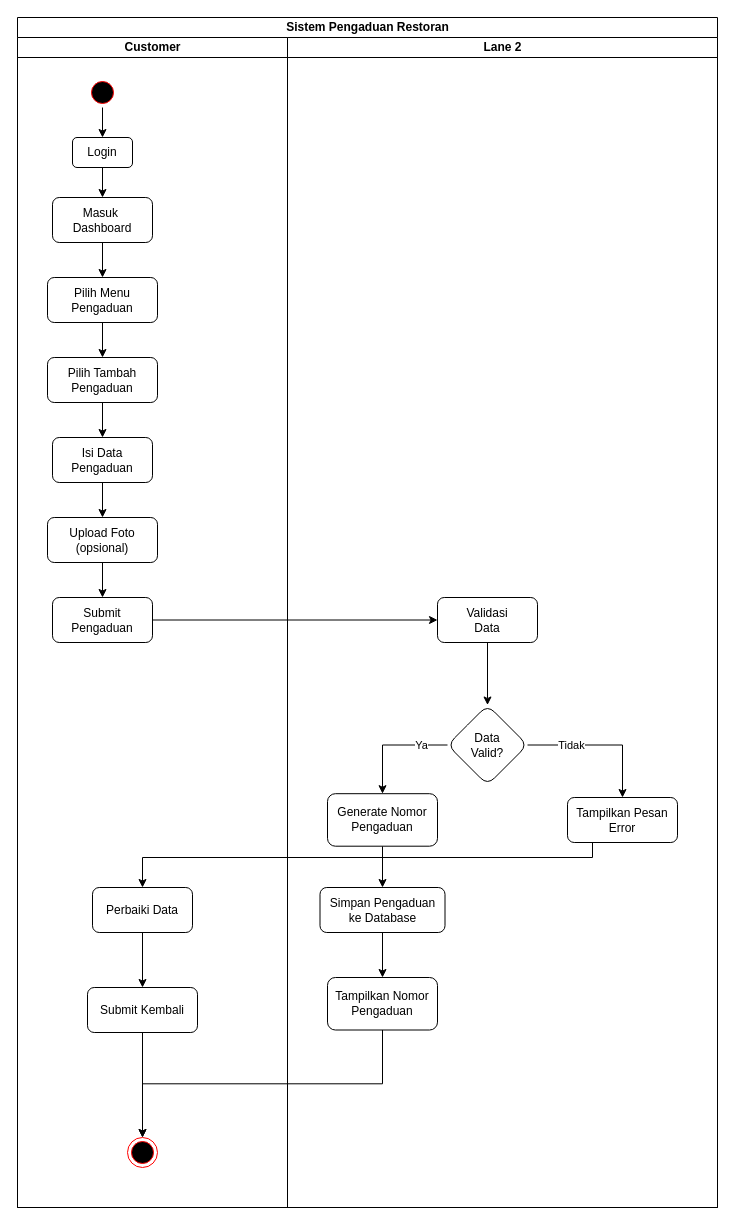
Above: design/activity_pengaduan.drawio in Erlanggaperdana-site/UKKP2_Erlangga (draw.io), before the change. Source tidied: cells renumbered, new cells numbered last; positions are measured from the earlier drawing's top-left corner, leaving out a move shared by most shapes. Both pictures are drawn from the tidied source at 100%, with x=0, y=0 at pixel (17, 17).
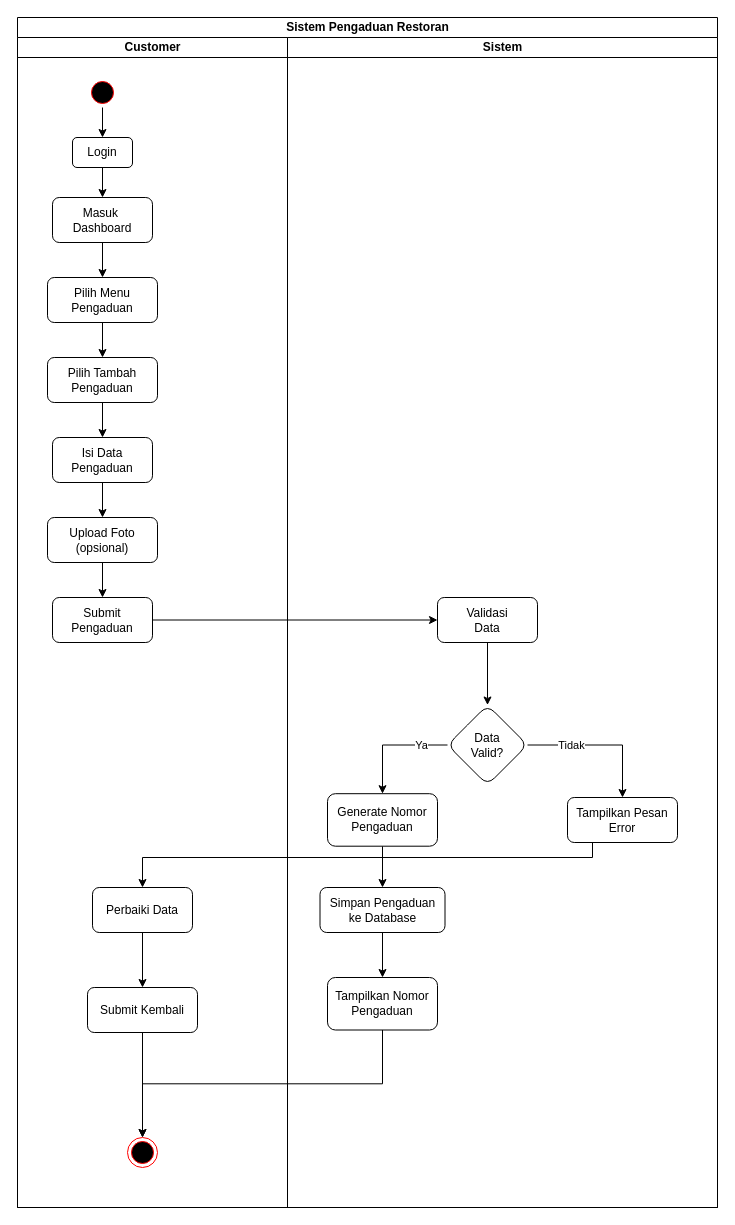
The same diagram, later.

The change refers to these unchanged cells:
```xml
<mxCell id="2" value="Sistem Pengaduan Restoran" style="swimlane;startSize=20;html=1;" parent="1" vertex="1">
  <mxGeometry width="700" height="1190" as="geometry" />
</mxCell>
```

Diff of the diagram source:
```diff
@@
-    <mxCell id="24" value="Lane 2" style="swimlane;startSize=20;html=1;" parent="2" vertex="1">
+    <mxCell id="24" value="Sistem" style="swimlane;startSize=20;html=1;" parent="2" vertex="1">
       <mxGeometry x="270" y="20" width="430" height="1170" as="geometry" />
     </mxCell>
```
